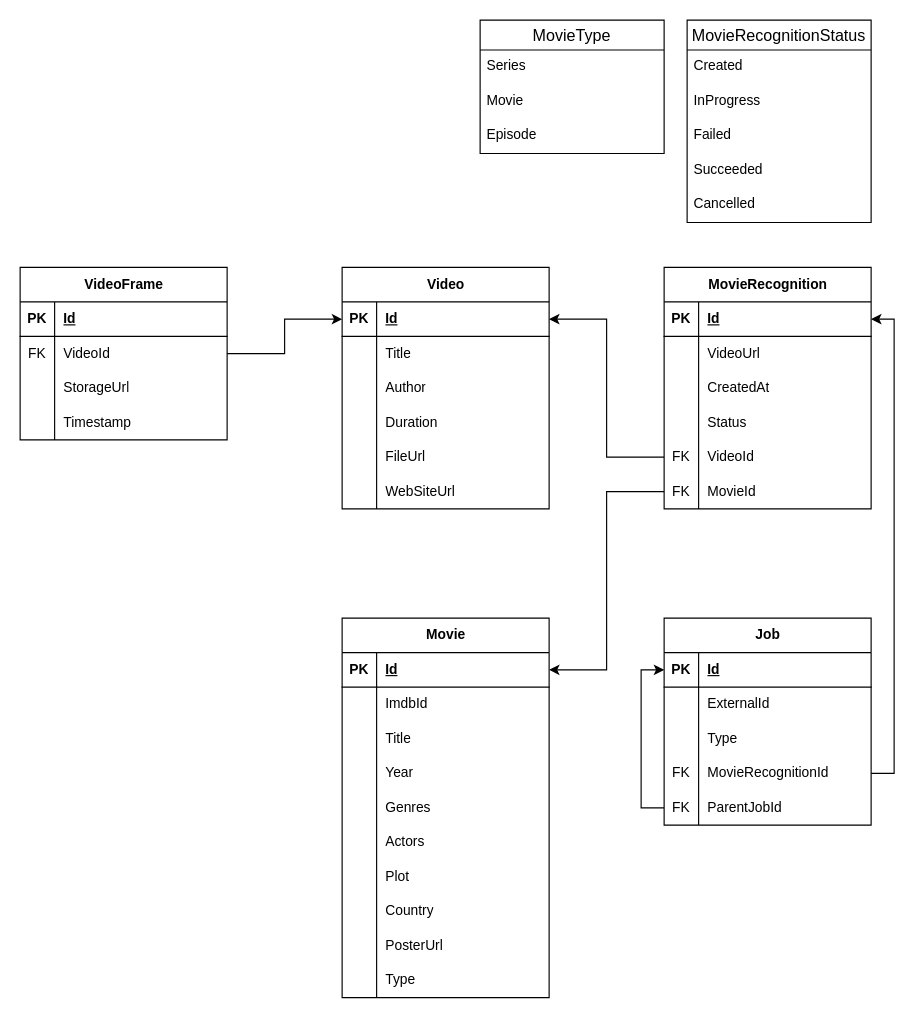
Earlier version of the draw.io diagram docs/MovieRecognizer.drawio (LipatovAlexander/MovieRecognizer). Source tidied: cells renumbered, new cells numbered last; positions are measured from the earlier drawing's top-left corner, leaving out a move shared by most shapes. Both pictures are drawn from the tidied source at 115%, with x=0, y=0 at pixel (20, 20).
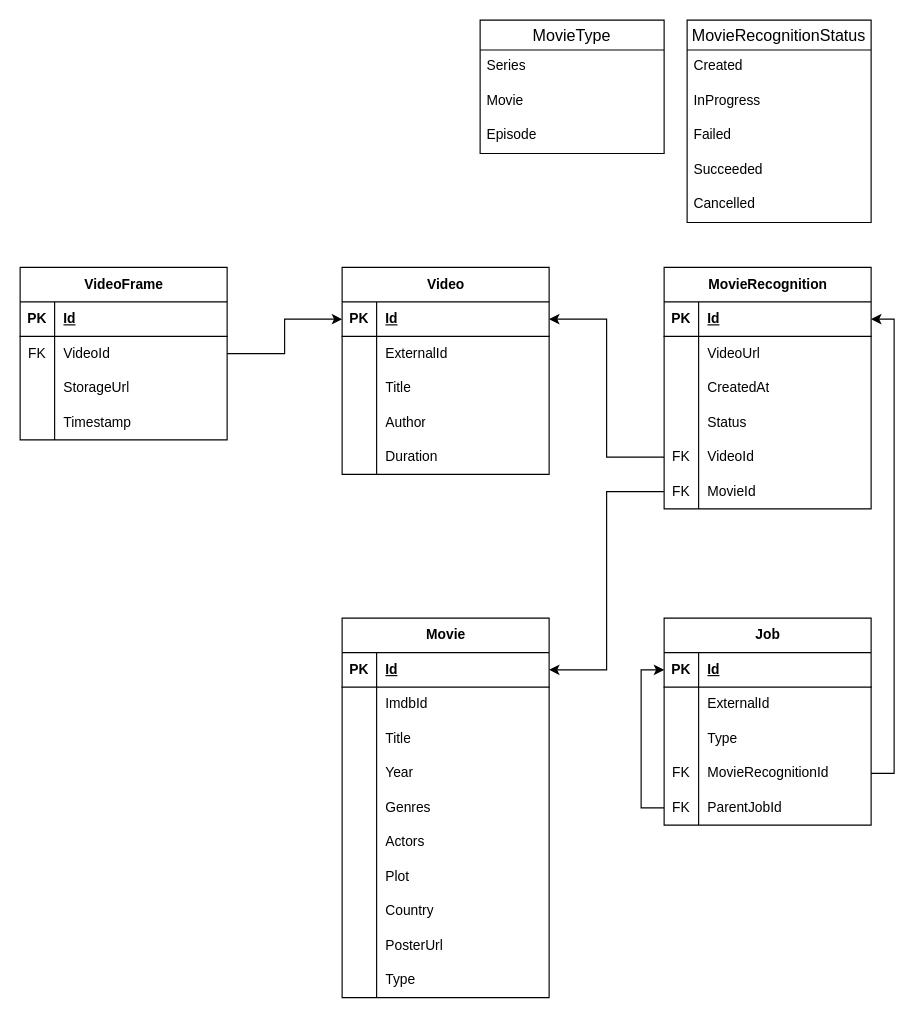
The same diagram, later.

Change to the diagram source:
```diff
@@
     <mxCell id="2" value="Video" style="shape=table;startSize=30;childLayout=tableLayout;rowLines=0;fontStyle=1;align=center;html=1;" parent="1" vertex="1">
-      <mxGeometry x="280" y="215" width="180" height="210" as="geometry" />
+      <mxGeometry x="280" y="215" width="180" height="180" as="geometry" />
     </mxCell>
@@
+    <mxCell id="115" style="shape=tableRow;horizontal=0;startSize=0;swimlaneHead=0;swimlaneBody=0;fillColor=none;top=0;left=0;right=0;bottom=0;" parent="2" vertex="1">
+      <mxGeometry y="60" width="180" height="30" as="geometry" />
+    </mxCell>
+    <mxCell id="116" style="shape=partialRectangle;fillColor=none;top=0;left=0;bottom=0;right=0;overflow=hidden;whiteSpace=wrap;html=1;" parent="115" vertex="1">
+      <mxGeometry width="30" height="30" as="geometry" />
+    </mxCell>
+    <mxCell id="117" value="ExternalId" style="shape=partialRectangle;fillColor=none;top=0;left=0;bottom=0;right=0;align=left;spacingLeft=6;overflow=hidden;whiteSpace=wrap;html=1;" parent="115" vertex="1">
+      <mxGeometry x="30" width="150" height="30" as="geometry" />
+    </mxCell>
     <mxCell id="6" style="shape=tableRow;horizontal=0;startSize=0;swimlaneHead=0;swimlaneBody=0;fillColor=none;top=0;left=0;right=0;bottom=0;" parent="2" vertex="1">
-      <mxGeometry y="60" width="180" height="30" as="geometry" />
+      <mxGeometry y="90" width="180" height="30" as="geometry" />
     </mxCell>
@@
     <mxCell id="9" style="shape=tableRow;horizontal=0;startSize=0;swimlaneHead=0;swimlaneBody=0;fillColor=none;top=0;left=0;right=0;bottom=0;" parent="2" vertex="1">
-      <mxGeometry y="90" width="180" height="30" as="geometry" />
+      <mxGeometry y="120" width="180" height="30" as="geometry" />
     </mxCell>
@@
     <mxCell id="12" style="shape=tableRow;horizontal=0;startSize=0;swimlaneHead=0;swimlaneBody=0;fillColor=none;top=0;left=0;right=0;bottom=0;" parent="2" vertex="1">
-      <mxGeometry y="120" width="180" height="30" as="geometry" />
+      <mxGeometry y="150" width="180" height="30" as="geometry" />
     </mxCell>
@@
-    <mxCell id="15" style="shape=tableRow;horizontal=0;startSize=0;swimlaneHead=0;swimlaneBody=0;fillColor=none;top=0;left=0;right=0;bottom=0;" parent="2" vertex="1">
-      <mxGeometry y="150" width="180" height="30" as="geometry" />
-    </mxCell>
-    <mxCell id="16" style="shape=partialRectangle;fillColor=none;top=0;left=0;bottom=0;right=0;overflow=hidden;whiteSpace=wrap;html=1;" parent="15" vertex="1">
-      <mxGeometry width="30" height="30" as="geometry" />
-    </mxCell>
-    <mxCell id="17" value="FileUrl" style="shape=partialRectangle;fillColor=none;top=0;left=0;bottom=0;right=0;align=left;spacingLeft=6;overflow=hidden;whiteSpace=wrap;html=1;" parent="15" vertex="1">
-      <mxGeometry x="30" width="150" height="30" as="geometry" />
-    </mxCell>
-    <mxCell id="18" style="shape=tableRow;horizontal=0;startSize=0;swimlaneHead=0;swimlaneBody=0;fillColor=none;top=0;left=0;right=0;bottom=0;" parent="2" vertex="1">
-      <mxGeometry y="180" width="180" height="30" as="geometry" />
-    </mxCell>
-    <mxCell id="19" style="shape=partialRectangle;fillColor=none;top=0;left=0;bottom=0;right=0;overflow=hidden;whiteSpace=wrap;html=1;" parent="18" vertex="1">
-      <mxGeometry width="30" height="30" as="geometry" />
-    </mxCell>
-    <mxCell id="20" value="WebSiteUrl" style="shape=partialRectangle;fillColor=none;top=0;left=0;bottom=0;right=0;align=left;spacingLeft=6;overflow=hidden;whiteSpace=wrap;html=1;" parent="18" vertex="1">
-      <mxGeometry x="30" width="150" height="30" as="geometry" />
-    </mxCell>
```
